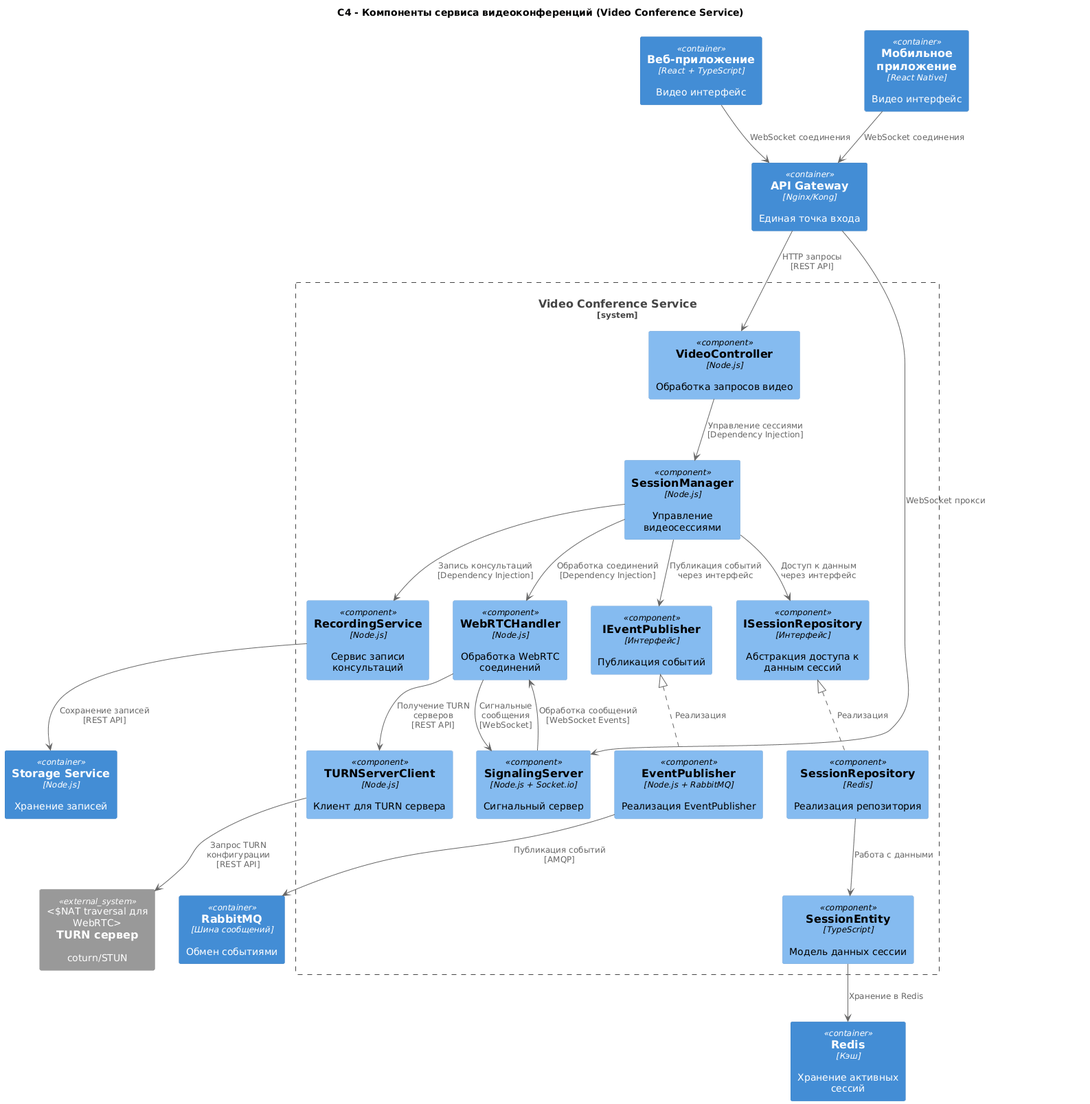
Earlier version of the PlantUML export 2. Технический проект/component.png (Exorcistee/architect).
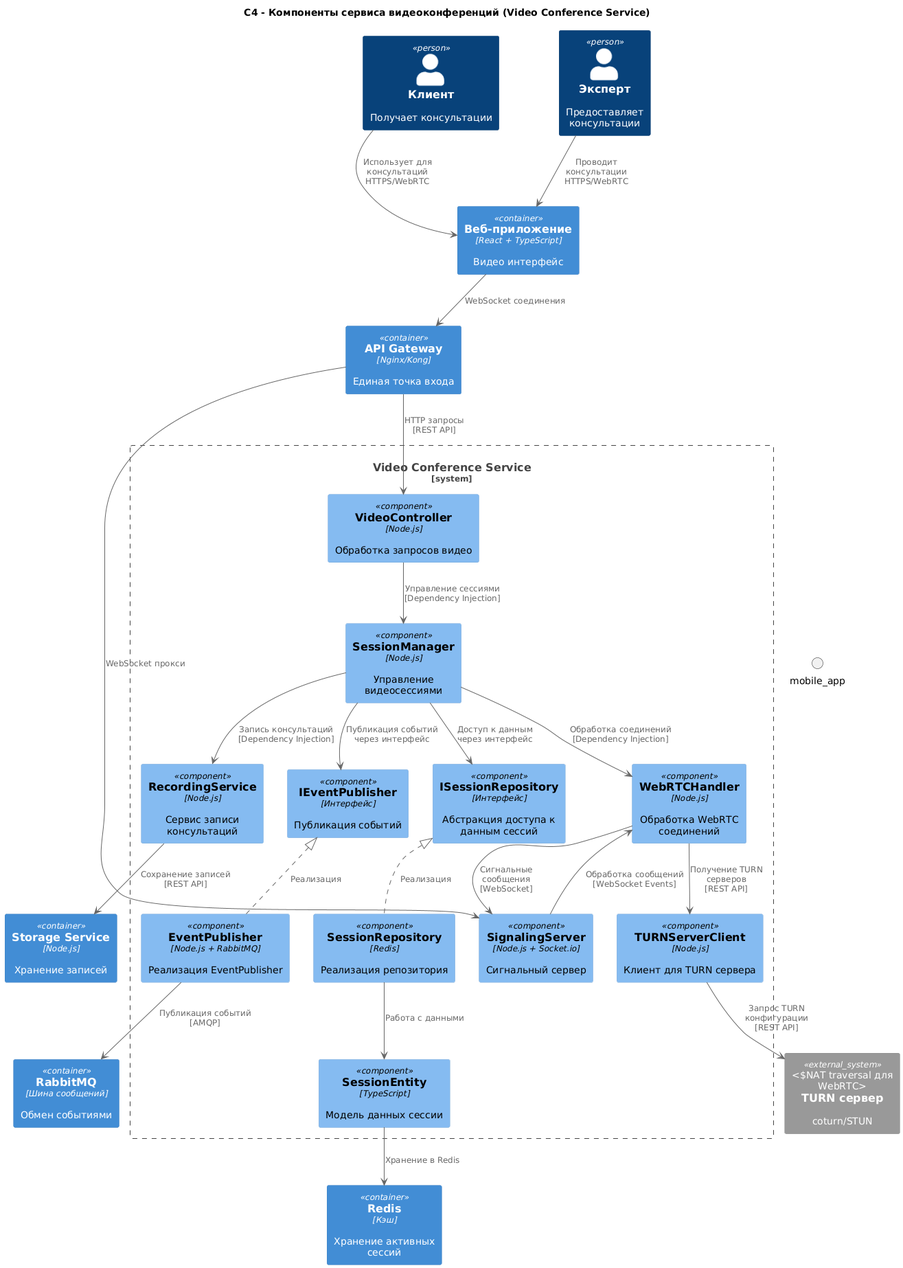
After the change.

What changed in the source:
```diff
@@ -3,8 +3,10 @@
 
 title C4 - Компоненты сервиса видеоконференций (Video Conference Service)
 
+Person(client, "Клиент", "Получает консультации")
+Person(expert, "Эксперт", "Предоставляет консультации")
+
 Container(spa_client, "Веб-приложение", "React + TypeScript", "Видео интерфейс")
-Container(mobile_app, "Мобильное приложение", "React Native", "Видео интерфейс")
 
 Container(api_gateway, "API Gateway", "Nginx/Kong", "Единая точка входа")
 
@@ -27,8 +29,10 @@
     Component(recording_service, "RecordingService", "Node.js", "Сервис записи консультаций")
 }
 
+client --> spa_client : "Использует для консультаций\nHTTPS/WebRTC"
+expert --> spa_client : "Проводит консультации\nHTTPS/WebRTC"
+
 spa_client --> api_gateway : "WebSocket соединения"
-mobile_app --> api_gateway : "WebSocket соединения"
 
 api_gateway --> video_controller : "HTTP запросы\n[REST API]"
 api_gateway --> signaling_server : "WebSocket прокси"
@@ -57,6 +61,8 @@
 
 recording_service --> storage_service : "Сохранение записей\n[REST API]"
 
+client -[hidden]d-> spa_client : "Видео/Аудио поток"
+expert -[hidden]d-> spa_client : "Видео/Аудио поток"
 spa_client -[hidden]d-> webrtc_handler : "WebRTC поток\n[Peer-to-Peer]"
 mobile_app -[hidden]d-> webrtc_handler : "WebRTC поток\n[Peer-to-Peer]"
 webrtc_handler -[hidden]d-> turn_server : "TURN реле\n[UDP/TCP]"
```
